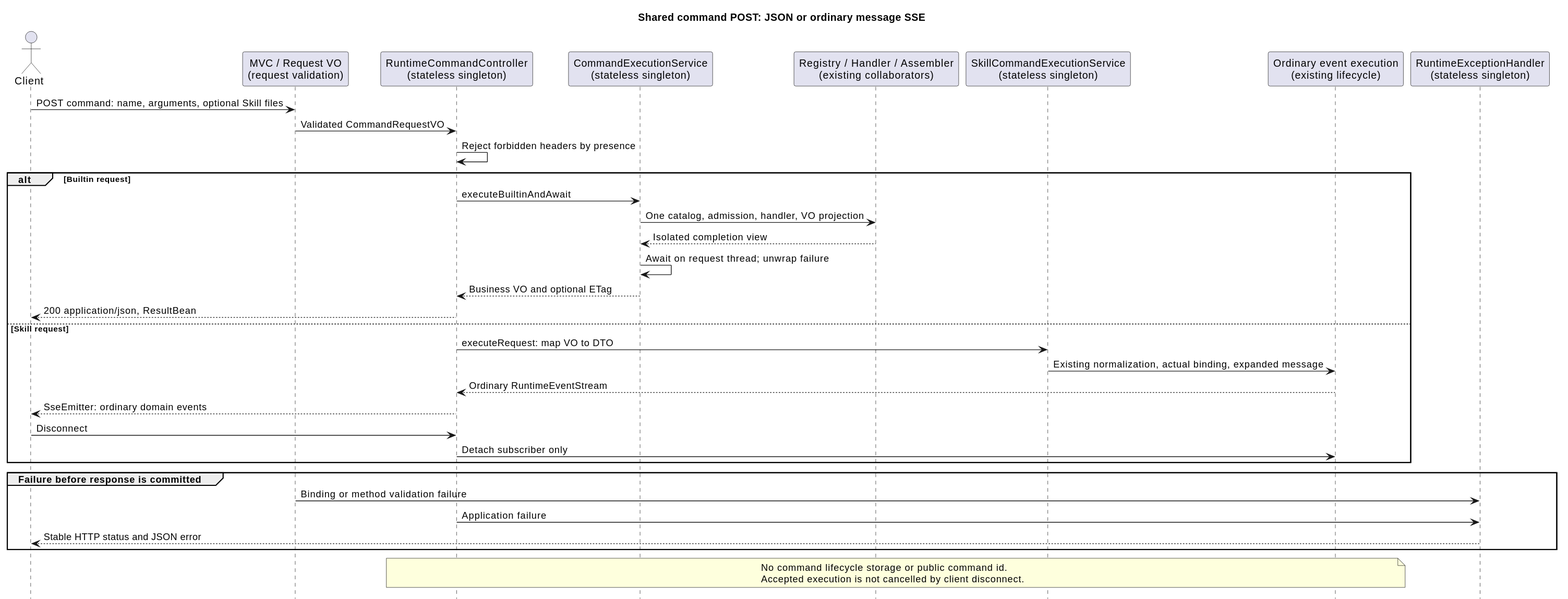
2862282695gjh-afk/pi-mono-java keeps this PlantUML diagram as docs/designs/shared-command-http/shared_command_http.svg. Above is the earlier version.
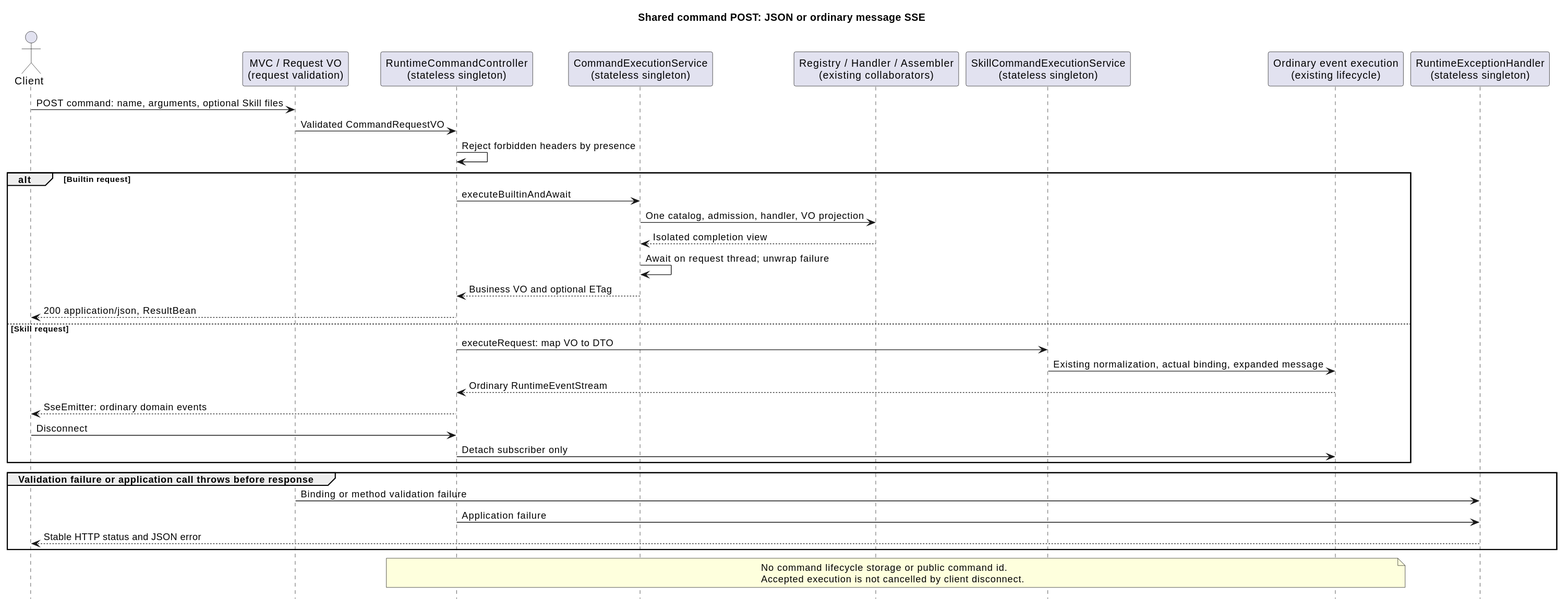
Later version of the same file.

What changed in the source:
```diff
@@ -29,7 +29,7 @@
   Client -> Web: Disconnect
   Web -> Events: Detach subscriber only
 end
-group Failure before response is committed
+group Validation failure or application call throws before response
   MVC -> Errors: Binding or method validation failure
   Web -> Errors: Application failure
   Errors --> Client: Stable HTTP status and JSON error
```
